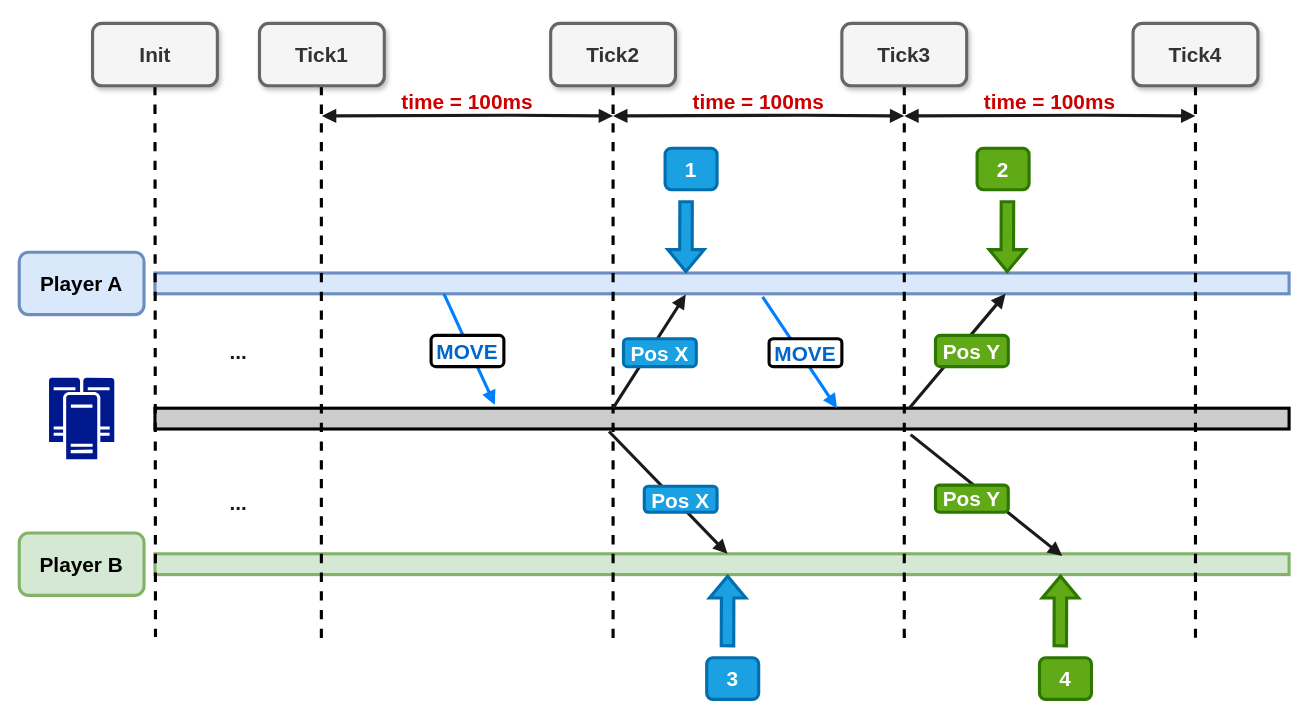
Above: page "第 48 页" (49 of 50) of booming/Booming ypwangv7.0 ypw new 104ppt-17.drawio in yrdimple/flowChart (draw.io), before the change. Source tidied: cells renumbered, new cells numbered last; positions are measured from the earlier drawing's top-left corner, leaving out a move shared by most shapes. Both pictures are drawn from the tidied source at 104%, with x=0, y=0 at pixel (19, 23).
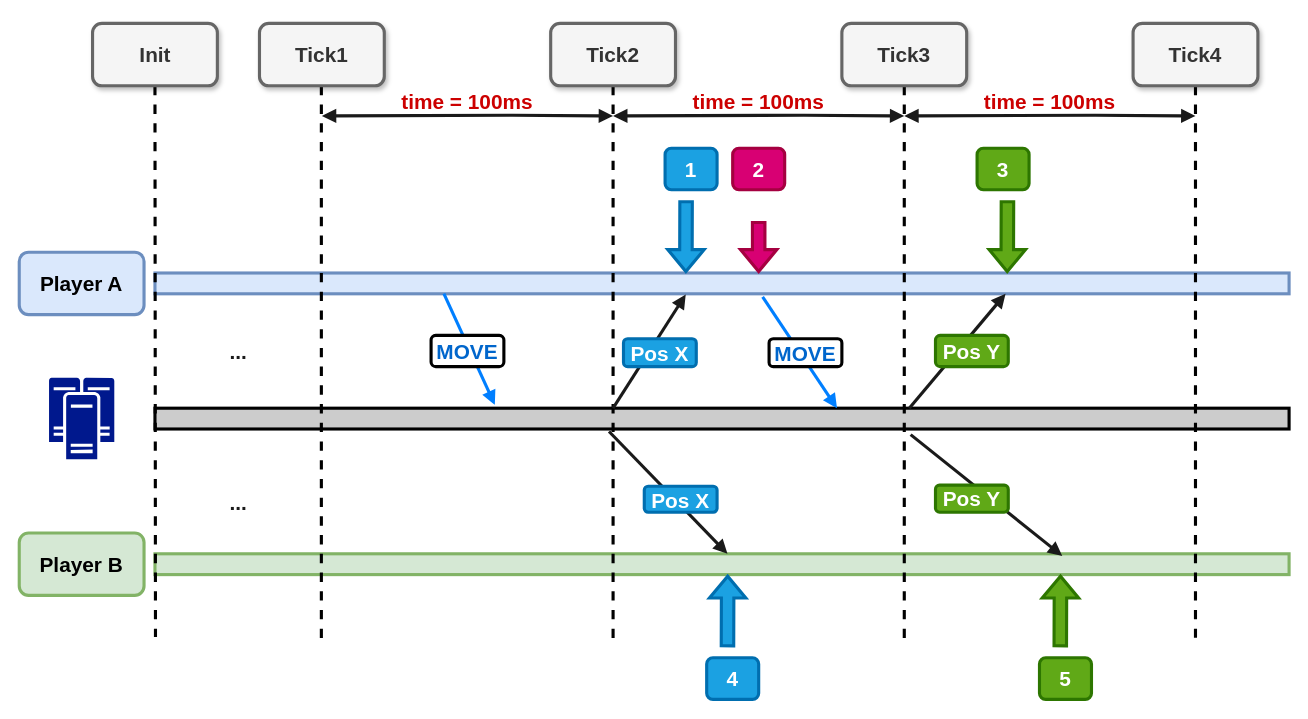
The same page after the edit.

The edit, as a diff of the source:
```diff
@@
-    <mxCell id="44" value="4" style="rounded=1;whiteSpace=wrap;html=1;fontFamily=Helvetica;fontSize=20;strokeWidth=3;fillColor=#60a917;strokeColor=#2D7600;fontColor=#ffffff;fontStyle=1;" parent="1" vertex="1">
+    <mxCell id="44" value="5" style="rounded=1;whiteSpace=wrap;html=1;fontFamily=Helvetica;fontSize=20;strokeWidth=3;fillColor=#60a917;strokeColor=#2D7600;fontColor=#ffffff;fontStyle=1;" parent="1" vertex="1">
       <mxGeometry x="981" y="610" width="50" height="40" as="geometry" />
     </mxCell>
-    <mxCell id="45" value="3" style="rounded=1;whiteSpace=wrap;html=1;fontFamily=Helvetica;fontSize=20;strokeWidth=3;fillColor=#1ba1e2;strokeColor=#006EAF;fontColor=#ffffff;fontStyle=1;" parent="1" vertex="1">
+    <mxCell id="45" value="4" style="rounded=1;whiteSpace=wrap;html=1;fontFamily=Helvetica;fontSize=20;strokeWidth=3;fillColor=#1ba1e2;strokeColor=#006EAF;fontColor=#ffffff;fontStyle=1;" parent="1" vertex="1">
       <mxGeometry x="661" y="610" width="50" height="40" as="geometry" />
     </mxCell>
-    <mxCell id="46" value="2" style="rounded=1;whiteSpace=wrap;html=1;fontFamily=Helvetica;fontSize=20;strokeWidth=3;fillColor=#60a917;strokeColor=#2D7600;fontColor=#ffffff;fontStyle=1;" parent="1" vertex="1">
+    <mxCell id="46" value="3" style="rounded=1;whiteSpace=wrap;html=1;fontFamily=Helvetica;fontSize=20;strokeWidth=3;fillColor=#60a917;strokeColor=#2D7600;fontColor=#ffffff;fontStyle=1;" parent="1" vertex="1">
       <mxGeometry x="921" y="120" width="50" height="40" as="geometry" />
     </mxCell>
+    <mxCell id="47" style="endArrow=none;html=1;rounded=0;strokeWidth=3;fillColor=#d80073;strokeColor=#A50040;endFill=0;fontSize=20;shape=flexArrow;startArrow=block;startFill=0;fontStyle=1;" parent="1" edge="1">
+      <mxGeometry relative="1" as="geometry">
+        <mxPoint x="711" y="240" as="sourcePoint" />
+        <mxPoint x="711" y="190" as="targetPoint" />
+      </mxGeometry>
+    </mxCell>
+    <mxCell id="48" value="2" style="rounded=1;whiteSpace=wrap;html=1;fontFamily=Helvetica;fontSize=20;strokeWidth=3;fillColor=#d80073;strokeColor=#A50040;fontColor=#ffffff;fontStyle=1;" parent="1" vertex="1">
+      <mxGeometry x="686" y="120" width="50" height="40" as="geometry" />
+    </mxCell>
```
